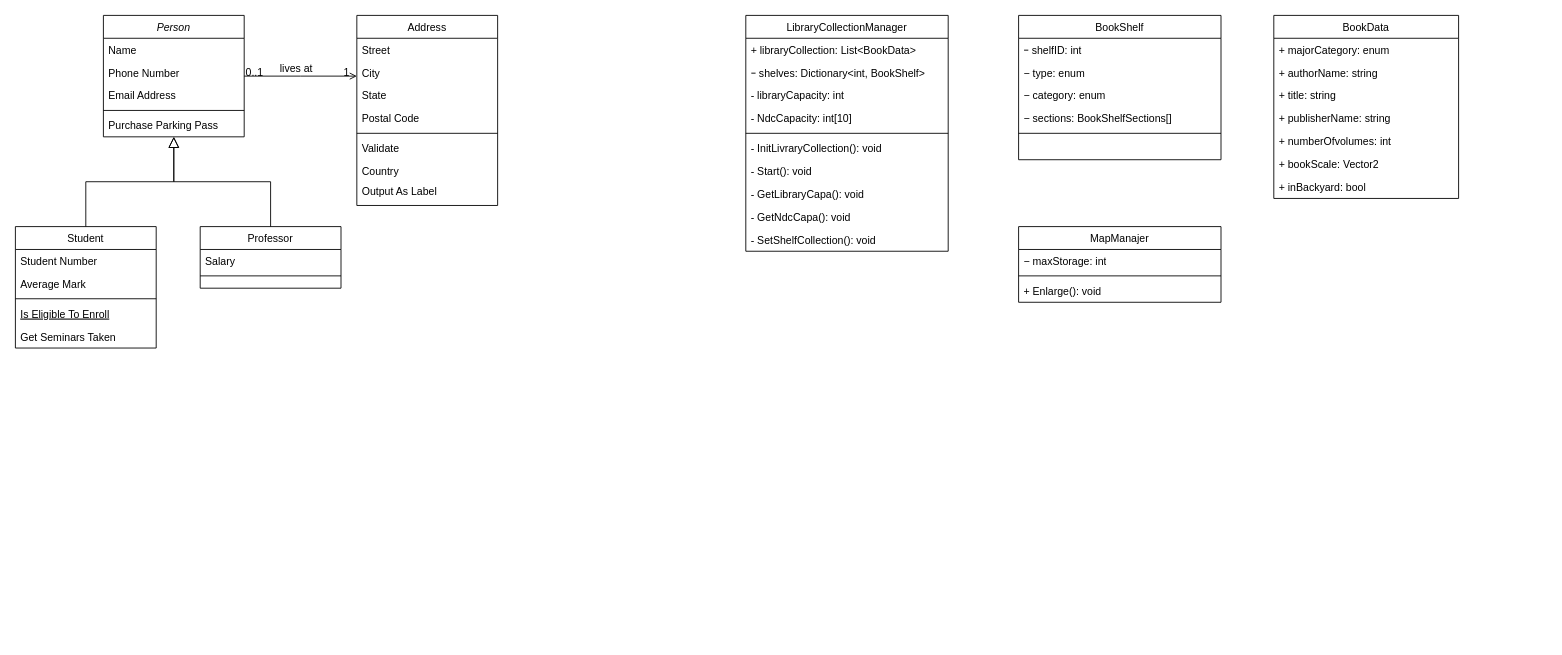
The draw.io diagram クラス図.drawio in semisuzume/classdiagram, before the edit. Source tidied: cells renumbered, new cells numbered last; positions are measured from the earlier drawing's top-left corner, leaving out a move shared by most shapes. Both pictures are drawn from the tidied source at 88%, with x=0, y=0 at pixel (15, 15).
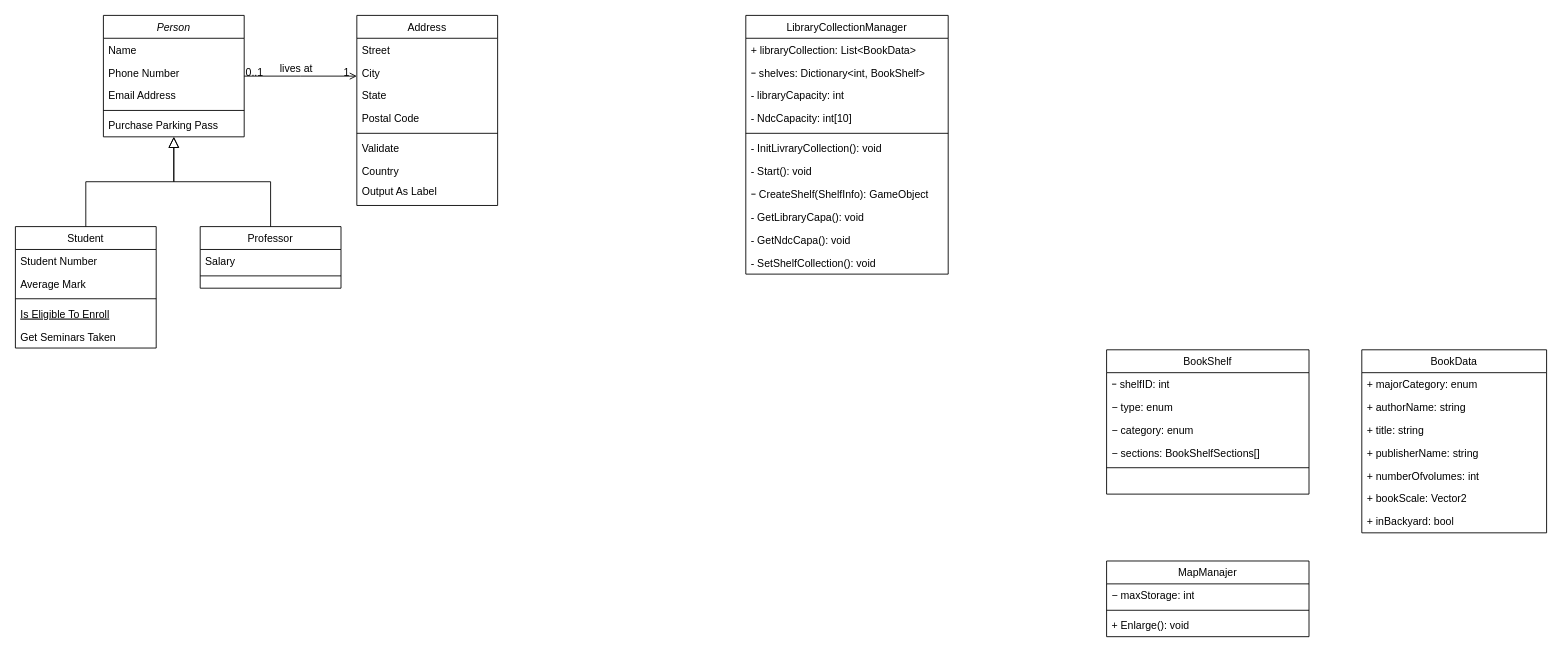
After the change.

Commit message:
クラス図.drawio を更新します

The edit, as a diff of the source:
```diff
@@
     <mxCell id="32" value="LibraryCollectionManager" style="swimlane;fontStyle=0;align=center;verticalAlign=top;horizontal=1;startSize=26;whiteSpace=wrap;html=1;" parent="1" vertex="1">
-      <mxGeometry x="830" width="230" height="268" as="geometry" />
+      <mxGeometry x="830" width="230" height="294" as="geometry" />
     </mxCell>
@@
+    <mxCell id="62" value="ｰ CreateShelf(ShelfInfo): GameObject" style="text;strokeColor=none;fillColor=none;align=left;verticalAlign=top;spacingLeft=4;spacingRight=4;overflow=hidden;whiteSpace=wrap;html=1;" parent="32" vertex="1">
+      <mxGeometry y="190" width="230" height="26" as="geometry" />
+    </mxCell>
     <mxCell id="40" value="- GetLibraryCapa(): void" style="text;strokeColor=none;fillColor=none;align=left;verticalAlign=top;spacingLeft=4;spacingRight=4;overflow=hidden;whiteSpace=wrap;html=1;" parent="32" vertex="1">
-      <mxGeometry y="190" width="230" height="26" as="geometry" />
+      <mxGeometry y="216" width="230" height="26" as="geometry" />
     </mxCell>
     <mxCell id="41" value="- GetNdcCapa(): void" style="text;strokeColor=none;fillColor=none;align=left;verticalAlign=top;spacingLeft=4;spacingRight=4;overflow=hidden;whiteSpace=wrap;html=1;" parent="32" vertex="1">
-      <mxGeometry y="216" width="230" height="26" as="geometry" />
+      <mxGeometry y="242" width="230" height="26" as="geometry" />
     </mxCell>
     <mxCell id="42" value="- SetShelfCollection(): void" style="text;strokeColor=none;fillColor=none;align=left;verticalAlign=top;spacingLeft=4;spacingRight=4;overflow=hidden;whiteSpace=wrap;html=1;" parent="32" vertex="1">
-      <mxGeometry y="242" width="230" height="26" as="geometry" />
+      <mxGeometry y="268" width="230" height="26" as="geometry" />
     </mxCell>
     <mxCell id="43" value="BookData" style="swimlane;fontStyle=0;align=center;verticalAlign=top;horizontal=1;startSize=26;whiteSpace=wrap;html=1;" parent="1" vertex="1">
-      <mxGeometry x="1430" width="210" height="208" as="geometry" />
+      <mxGeometry x="1530" y="380" width="210" height="208" as="geometry" />
     </mxCell>
@@
     <mxCell id="51" value="BookShelf" style="swimlane;fontStyle=0;align=center;verticalAlign=top;horizontal=1;startSize=26;whiteSpace=wrap;html=1;" parent="1" vertex="1">
-      <mxGeometry x="1140" width="230" height="164" as="geometry" />
+      <mxGeometry x="1240" y="380" width="230" height="164" as="geometry" />
     </mxCell>
@@
     <mxCell id="58" value="MapManajer" style="swimlane;fontStyle=0;align=center;verticalAlign=top;horizontal=1;startSize=26;whiteSpace=wrap;html=1;" parent="1" vertex="1">
-      <mxGeometry x="1140" y="240" width="230" height="86" as="geometry" />
+      <mxGeometry x="1240" y="620" width="230" height="86" as="geometry" />
     </mxCell>
```
